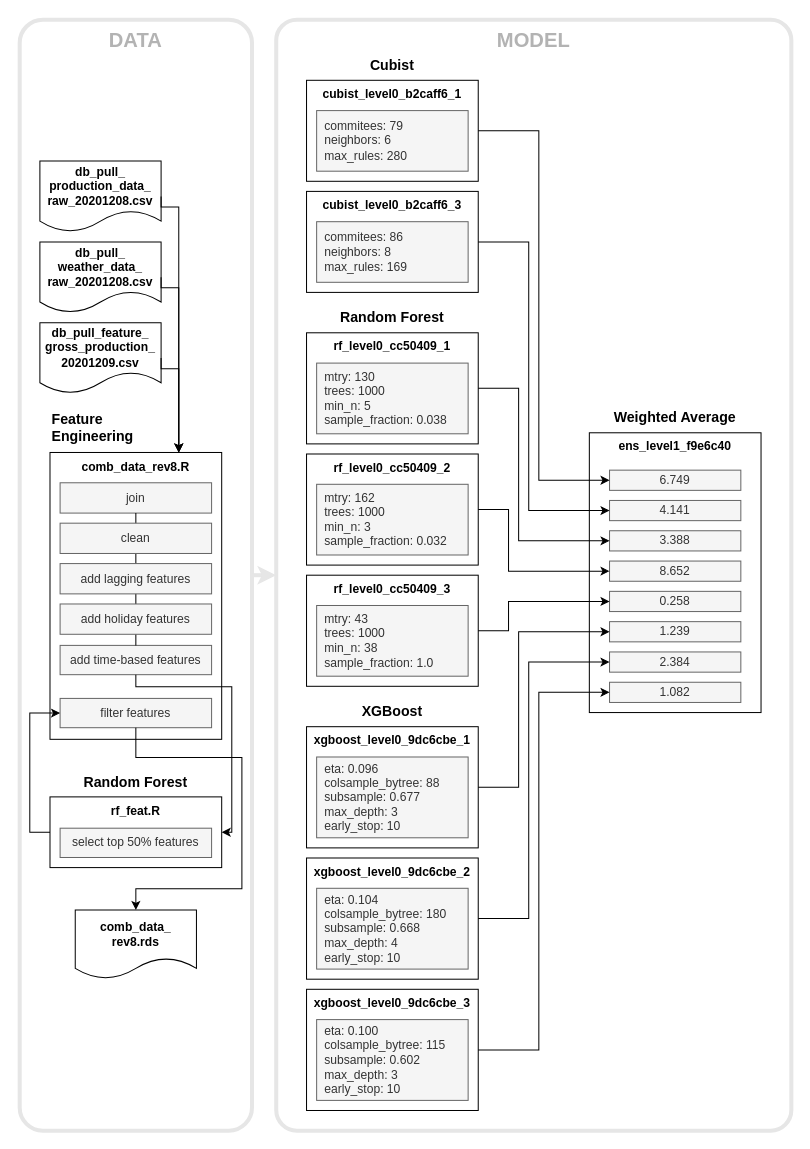
flrs/caiso_wind_forecast keeps this draw.io diagram as docs/model_architecture.drawio. Above is the earlier version. Source tidied: cells renumbered, new cells numbered last; positions are measured from the earlier drawing's top-left corner, leaving out a move shared by most shapes. Both pictures are drawn from the tidied source at 101%, with x=0, y=0 at pixel (19, 19).
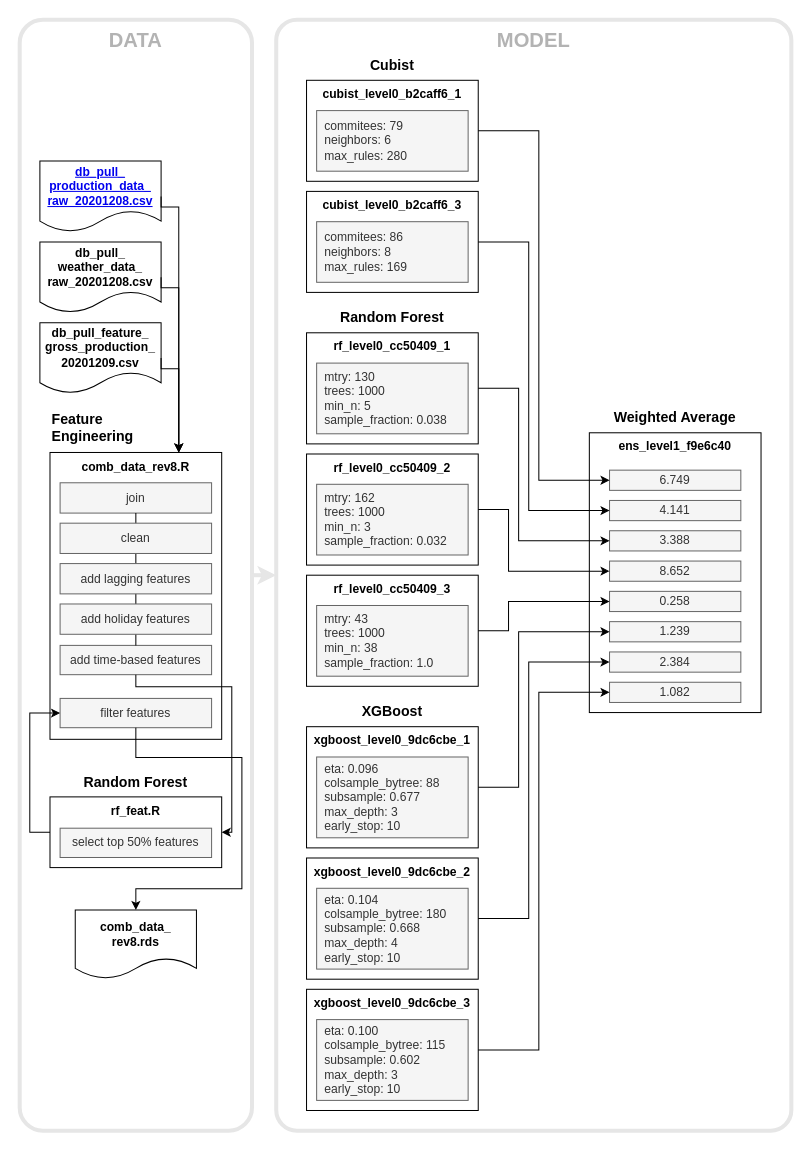
The same page after the edit.

The change refers to these unchanged cells:
```xml
<mxCell id="2" style="group;" parent="1" vertex="1">
  <mxGeometry width="764" height="1100" as="geometry" />
</mxCell>
```

What changed in the source:
```diff
@@
-    <mxCell id="45" value="db_pull_&lt;br&gt;production_data_&lt;br&gt;raw_20201208.csv" style="shape=document;whiteSpace=wrap;html=1;boundedLbl=1;strokeWidth=1;fontSize=12;align=center;fontStyle=1;" parent="2" vertex="1">
+    <mxCell id="45" value="&lt;a href=&quot;https://github.com/flrs/caiso_wind_forecast/blob/main/data/raw/db_pull_production_data_raw_20201208.csv&quot;&gt;db_pull_&lt;br&gt;production_data_&lt;br&gt;raw_20201208.csv&lt;/a&gt;" style="shape=document;whiteSpace=wrap;html=1;boundedLbl=1;strokeWidth=1;fontSize=12;align=center;fontStyle=1;" parent="2" vertex="1">
       <mxGeometry x="20" y="140" width="120" height="70" as="geometry" />
     </mxCell>
```
